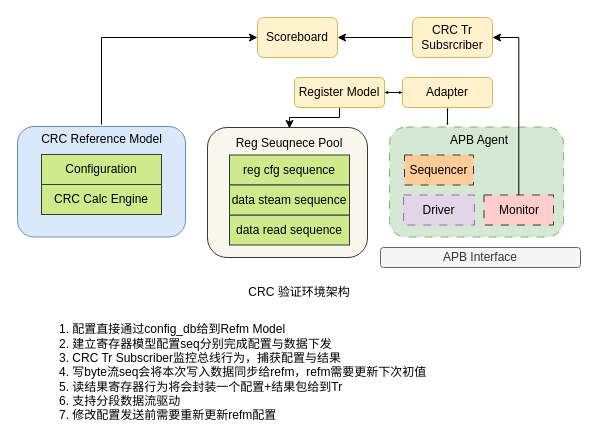
This is page "第 3 页" (3 of 3) of drawio/crc.drawio from iceyxy/flow-chart-drawio, a draw.io file, before an edit. Source tidied: cells renumbered, new cells numbered last; positions are measured from the earlier drawing's top-left corner, leaving out a move shared by most shapes. Both pictures are drawn from the tidied source at 100%, with x=0, y=0 at pixel (17, 17).
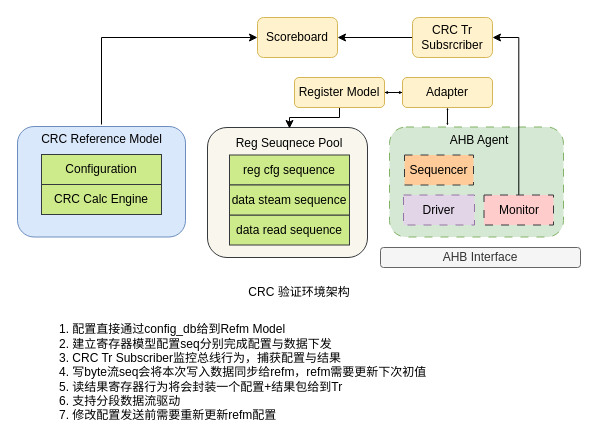
Above is the later version.

Diff of the diagram source:
```diff
@@
-    <mxCell id="15" value="APB Interface" style="rounded=1;whiteSpace=wrap;html=1;fillColor=#f5f5f5;fontColor=#333333;strokeColor=#666666;" parent="1" vertex="1">
+    <mxCell id="15" value="AHB Interface" style="rounded=1;whiteSpace=wrap;html=1;fillColor=#f5f5f5;fontColor=#333333;strokeColor=#666666;" parent="1" vertex="1">
       <mxGeometry x="363" y="230" width="200" height="20" as="geometry" />
     </mxCell>
-    <mxCell id="16" value="APB Agent" style="text;strokeColor=none;align=center;fillColor=none;html=1;verticalAlign=middle;whiteSpace=wrap;rounded=0;" parent="1" vertex="1">
+    <mxCell id="16" value="AHB Agent" style="text;strokeColor=none;align=center;fillColor=none;html=1;verticalAlign=middle;whiteSpace=wrap;rounded=0;" parent="1" vertex="1">
       <mxGeometry x="417" y="107.5" width="90" height="30" as="geometry" />
     </mxCell>
```
